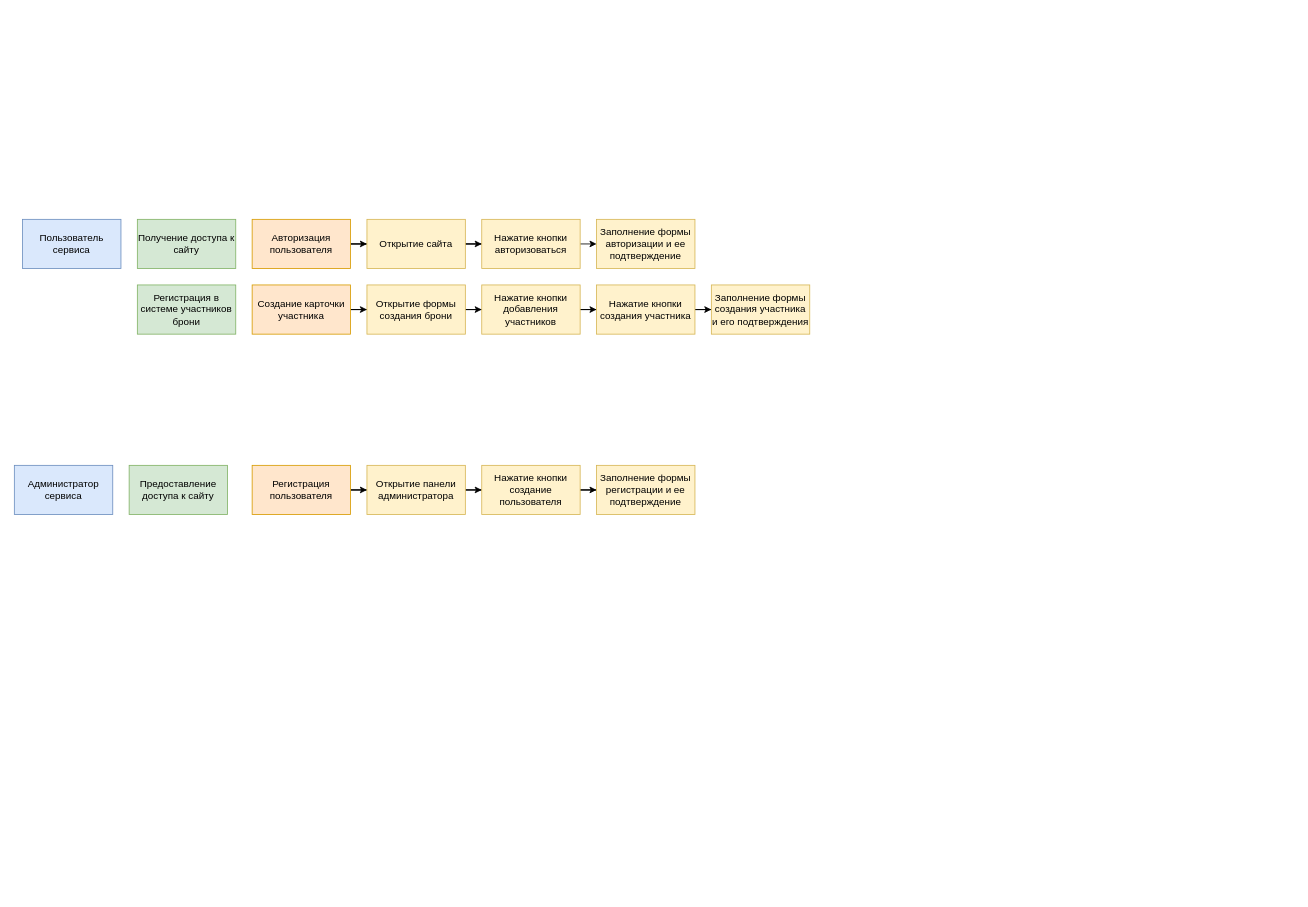
The draw.io diagram docs/01-planning/User storys map.drawio in tohajob070-star/Something-maybee, before the edit. Source tidied: cells renumbered, new cells numbered last; positions are measured from the earlier drawing's top-left corner, leaving out a move shared by most shapes. Both pictures are drawn from the tidied source at 82%, with x=0, y=0 at pixel (14, 219).
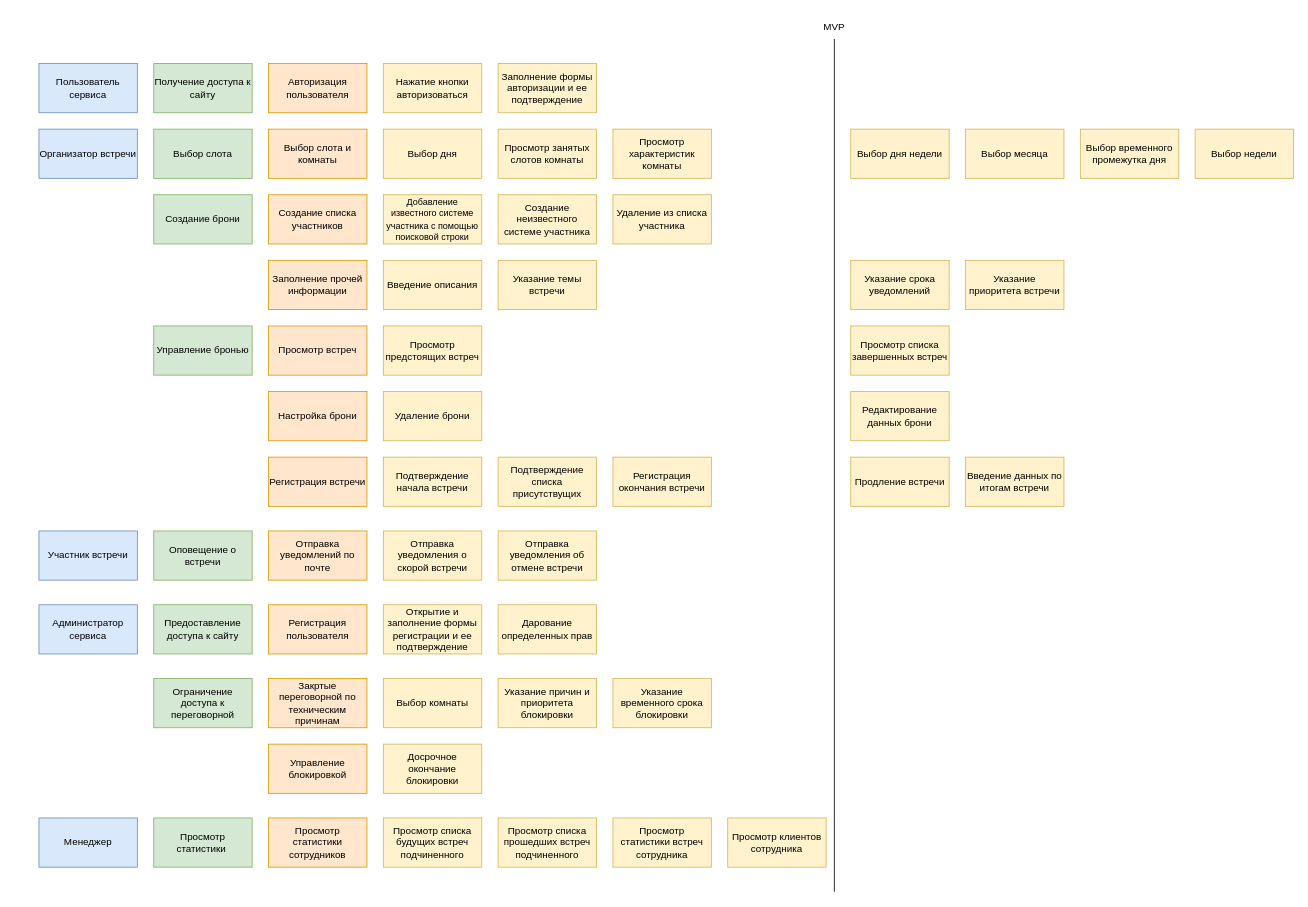
Above is the later version.

What changed in the source:
```diff
@@
     <mxCell id="2" value="Пользователь сервиса" style="rounded=0;whiteSpace=wrap;html=1;fillColor=#dae8fc;strokeColor=#6c8ebf;" parent="1" vertex="1">
-      <mxGeometry x="10" width="120" height="60" as="geometry" />
+      <mxGeometry x="30" y="-190" width="120" height="60" as="geometry" />
     </mxCell>
     <mxCell id="3" value="Администратор сервиса" style="rounded=0;whiteSpace=wrap;html=1;fillColor=#dae8fc;strokeColor=#6c8ebf;" parent="1" vertex="1">
-      <mxGeometry y="300" width="120" height="60" as="geometry" />
+      <mxGeometry x="30" y="470" width="120" height="60" as="geometry" />
     </mxCell>
-    <mxCell id="4" style="edgeStyle=orthogonalEdgeStyle;rounded=0;jettySize=auto;html=1;" parent="1" edge="1" source="5" target="7">
-      <mxGeometry relative="1" as="geometry" />
-    </mxCell>
     <mxCell id="5" value="Авторизация пользователя" style="rounded=0;whiteSpace=wrap;html=1;fillColor=#ffe6cc;strokeColor=#d79b00;" parent="1" vertex="1">
-      <mxGeometry x="290" width="120" height="60" as="geometry" />
+      <mxGeometry x="310" y="-190" width="120" height="60" as="geometry" />
     </mxCell>
-    <mxCell id="6" style="edgeStyle=orthogonalEdgeStyle;rounded=0;jettySize=auto;html=1;" parent="1" edge="1" source="7" target="9">
-      <mxGeometry relative="1" as="geometry" />
-    </mxCell>
-    <mxCell id="7" value="Открытие сайта" style="rounded=0;whiteSpace=wrap;html=1;fillColor=#fff2cc;strokeColor=#d6b656;" parent="1" vertex="1">
-      <mxGeometry x="430" width="120" height="60" as="geometry" />
-    </mxCell>
-    <mxCell id="8" style="edgeStyle=orthogonalEdgeStyle;rounded=0;jettySize=auto;html=1;" parent="1" edge="1" source="9">
-      <mxGeometry relative="1" as="geometry">
-        <mxPoint x="710" y="30" as="targetPoint" />
-      </mxGeometry>
-    </mxCell>
     <mxCell id="9" value="Нажатие кнопки авторизоваться" style="rounded=0;whiteSpace=wrap;html=1;fillColor=#fff2cc;strokeColor=#d6b656;" parent="1" vertex="1">
-      <mxGeometry x="570" width="120" height="60" as="geometry" />
+      <mxGeometry x="450" y="-190" width="120" height="60" as="geometry" />
     </mxCell>
     <mxCell id="10" value="Заполнение формы авторизации и ее подтверждение" style="rounded=0;whiteSpace=wrap;html=1;fillColor=#fff2cc;strokeColor=#d6b656;" parent="1" vertex="1">
-      <mxGeometry x="710" width="120" height="60" as="geometry" />
+      <mxGeometry x="590" y="-190" width="120" height="60" as="geometry" />
     </mxCell>
     <mxCell id="11" value="Получение доступа к сайту" style="rounded=0;whiteSpace=wrap;html=1;fillColor=#d5e8d4;strokeColor=#82b366;" parent="1" vertex="1">
-      <mxGeometry x="150" width="120" height="60" as="geometry" />
+      <mxGeometry x="170" y="-190" width="120" height="60" as="geometry" />
     </mxCell>
     <mxCell id="12" value="Предоставление доступа к сайту" style="rounded=0;whiteSpace=wrap;html=1;fillColor=#d5e8d4;strokeColor=#82b366;" parent="1" vertex="1">
-      <mxGeometry x="140" y="300" width="120" height="60" as="geometry" />
+      <mxGeometry x="170" y="470" width="120" height="60" as="geometry" />
     </mxCell>
-    <mxCell id="13" style="edgeStyle=orthogonalEdgeStyle;rounded=0;jettySize=auto;html=1;" parent="1" edge="1" source="14" target="16">
-      <mxGeometry relative="1" as="geometry" />
-    </mxCell>
     <mxCell id="14" value="Регистрация пользователя" style="rounded=0;whiteSpace=wrap;html=1;fillColor=#ffe6cc;strokeColor=#d79b00;" parent="1" vertex="1">
-      <mxGeometry x="290" y="300" width="120" height="60" as="geometry" />
+      <mxGeometry x="310" y="470" width="120" height="60" as="geometry" />
     </mxCell>
-    <mxCell id="15" style="edgeStyle=orthogonalEdgeStyle;rounded=0;jettySize=auto;html=1;" parent="1" edge="1" source="16" target="18">
-      <mxGeometry relative="1" as="geometry" />
-    </mxCell>
-    <mxCell id="16" value="Открытие панели администратора" style="rounded=0;whiteSpace=wrap;html=1;fillColor=#fff2cc;strokeColor=#d6b656;" parent="1" vertex="1">
-      <mxGeometry x="430" y="300" width="120" height="60" as="geometry" />
-    </mxCell>
-    <mxCell id="17" style="edgeStyle=orthogonalEdgeStyle;rounded=0;jettySize=auto;html=1;" parent="1" edge="1" source="18" target="19">
-      <mxGeometry relative="1" as="geometry" />
-    </mxCell>
-    <mxCell id="18" value="Нажатие кнопки создание пользователя" style="rounded=0;whiteSpace=wrap;html=1;fillColor=#fff2cc;strokeColor=#d6b656;" parent="1" vertex="1">
-      <mxGeometry x="570" y="300" width="120" height="60" as="geometry" />
-    </mxCell>
-    <mxCell id="19" value="Заполнение формы регистрации и ее подтверждение" style="rounded=0;whiteSpace=wrap;html=1;fillColor=#fff2cc;strokeColor=#d6b656;" parent="1" vertex="1">
-      <mxGeometry x="710" y="300" width="120" height="60" as="geometry" />
+    <mxCell id="19" value="Открытие и заполнение формы регистрации и ее подтверждение" style="rounded=0;whiteSpace=wrap;html=1;fillColor=#fff2cc;strokeColor=#d6b656;" parent="1" vertex="1">
+      <mxGeometry x="450" y="470" width="120" height="60" as="geometry" />
     </mxCell>
-    <mxCell id="20" value="Регистрация в системе участников брони" style="rounded=0;whiteSpace=wrap;html=1;fillColor=#d5e8d4;strokeColor=#82b366;" parent="1" vertex="1">
-      <mxGeometry x="150" y="80" width="120" height="60" as="geometry" />
-    </mxCell>
-    <mxCell id="21" style="edgeStyle=orthogonalEdgeStyle;rounded=0;jettySize=auto;html=1;" parent="1" edge="1" source="22" target="24">
-      <mxGeometry relative="1" as="geometry" />
-    </mxCell>
-    <mxCell id="22" value="Создание карточки участника" style="rounded=0;whiteSpace=wrap;html=1;fillColor=#ffe6cc;strokeColor=#d79b00;" parent="1" vertex="1">
-      <mxGeometry x="290" y="80" width="120" height="60" as="geometry" />
-    </mxCell>
-    <mxCell id="23" style="edgeStyle=orthogonalEdgeStyle;rounded=0;jettySize=auto;html=1;" parent="1" edge="1" source="24" target="26">
-      <mxGeometry relative="1" as="geometry" />
-    </mxCell>
-    <mxCell id="24" value="Открытие формы создания брони" style="rounded=0;whiteSpace=wrap;html=1;fillColor=#fff2cc;strokeColor=#d6b656;" parent="1" vertex="1">
-      <mxGeometry x="430" y="80" width="120" height="60" as="geometry" />
-    </mxCell>
-    <mxCell id="25" style="edgeStyle=orthogonalEdgeStyle;rounded=0;jettySize=auto;html=1;" parent="1" edge="1" source="26" target="28">
-      <mxGeometry relative="1" as="geometry" />
-    </mxCell>
-    <mxCell id="26" value="Нажатие кнопки добавления участников" style="rounded=0;whiteSpace=wrap;html=1;fillColor=#fff2cc;strokeColor=#d6b656;" parent="1" vertex="1">
-      <mxGeometry x="570" y="80" width="120" height="60" as="geometry" />
-    </mxCell>
-    <mxCell id="27" style="edgeStyle=orthogonalEdgeStyle;rounded=0;jettySize=auto;html=1;" parent="1" edge="1" source="28" target="29">
-      <mxGeometry relative="1" as="geometry" />
-    </mxCell>
-    <mxCell id="28" value="Нажатие кнопки создания участника" style="rounded=0;whiteSpace=wrap;html=1;fillColor=#fff2cc;strokeColor=#d6b656;" parent="1" vertex="1">
-      <mxGeometry x="710" y="80" width="120" height="60" as="geometry" />
-    </mxCell>
-    <mxCell id="29" value="Заполнение формы создания участника и его подтверждения" style="rounded=0;whiteSpace=wrap;html=1;fillColor=#fff2cc;strokeColor=#d6b656;" parent="1" vertex="1">
-      <mxGeometry x="850" y="80" width="120" height="60" as="geometry" />
-    </mxCell>
+    <mxCell id="30" value="Создание брони" style="rounded=0;whiteSpace=wrap;html=1;fillColor=#d5e8d4;strokeColor=#82b366;" parent="1" vertex="1">
+      <mxGeometry x="170" y="-30" width="120" height="60" as="geometry" />
+    </mxCell>
+    <mxCell id="31" value="Выбор слота и комнаты" style="rounded=0;whiteSpace=wrap;html=1;fillColor=#ffe6cc;strokeColor=#d79b00;" parent="1" vertex="1">
+      <mxGeometry x="310" y="-110" width="120" height="60" as="geometry" />
+    </mxCell>
+    <mxCell id="32" value="Выбор недели" style="rounded=0;whiteSpace=wrap;html=1;fillColor=#fff2cc;strokeColor=#d6b656;" parent="1" vertex="1">
+      <mxGeometry x="1440" y="-110" width="120" height="60" as="geometry" />
+    </mxCell>
+    <mxCell id="33" value="Выбор дня" style="rounded=0;whiteSpace=wrap;html=1;fillColor=#fff2cc;strokeColor=#d6b656;" parent="1" vertex="1">
+      <mxGeometry x="450" y="-110" width="120" height="60" as="geometry" />
+    </mxCell>
+    <mxCell id="34" value="Создание списка участников" style="rounded=0;whiteSpace=wrap;html=1;fillColor=#ffe6cc;strokeColor=#d79b00;" parent="1" vertex="1">
+      <mxGeometry x="310" y="-30" width="120" height="60" as="geometry" />
+    </mxCell>
+    <mxCell id="35" value="&lt;font style=&quot;font-size: 11px;&quot;&gt;Добавление известного системе участника с помощью поисковой строки&lt;/font&gt;" style="rounded=0;whiteSpace=wrap;html=1;fillColor=#fff2cc;strokeColor=#d6b656;" parent="1" vertex="1">
+      <mxGeometry x="450" y="-30" width="120" height="60" as="geometry" />
+    </mxCell>
+    <mxCell id="36" value="Создание неизвестного системе участника" style="rounded=0;whiteSpace=wrap;html=1;fillColor=#fff2cc;strokeColor=#d6b656;" parent="1" vertex="1">
+      <mxGeometry x="590" y="-30" width="120" height="60" as="geometry" />
+    </mxCell>
+    <mxCell id="37" value="Удаление из списка участника" style="rounded=0;whiteSpace=wrap;html=1;fillColor=#fff2cc;strokeColor=#d6b656;" parent="1" vertex="1">
+      <mxGeometry x="730" y="-30" width="120" height="60" as="geometry" />
+    </mxCell>
+    <mxCell id="38" value="Выбор месяца" style="rounded=0;whiteSpace=wrap;html=1;fillColor=#fff2cc;strokeColor=#d6b656;" parent="1" vertex="1">
+      <mxGeometry x="1160" y="-110" width="120" height="60" as="geometry" />
+    </mxCell>
+    <mxCell id="39" value="Просмотр характеристик комнаты" style="rounded=0;whiteSpace=wrap;html=1;fillColor=#fff2cc;strokeColor=#d6b656;" parent="1" vertex="1">
+      <mxGeometry x="730" y="-110" width="120" height="60" as="geometry" />
+    </mxCell>
+    <mxCell id="40" value="Просмотр занятых слотов комнаты" style="rounded=0;whiteSpace=wrap;html=1;fillColor=#fff2cc;strokeColor=#d6b656;" parent="1" vertex="1">
+      <mxGeometry x="590" y="-110" width="120" height="60" as="geometry" />
+    </mxCell>
+    <mxCell id="41" value="Заполнение прочей информации" style="rounded=0;whiteSpace=wrap;html=1;fillColor=#ffe6cc;strokeColor=#d79b00;" parent="1" vertex="1">
+      <mxGeometry x="310" y="50" width="120" height="60" as="geometry" />
+    </mxCell>
+    <mxCell id="42" value="Выбор временного промежутка дня" style="rounded=0;whiteSpace=wrap;html=1;fillColor=#fff2cc;strokeColor=#d6b656;" parent="1" vertex="1">
+      <mxGeometry x="1300" y="-110" width="120" height="60" as="geometry" />
+    </mxCell>
+    <mxCell id="43" value="Введение описания" style="rounded=0;whiteSpace=wrap;html=1;fillColor=#fff2cc;strokeColor=#d6b656;" parent="1" vertex="1">
+      <mxGeometry x="450" y="50" width="120" height="60" as="geometry" />
+    </mxCell>
+    <mxCell id="44" value="Выбор слота" style="rounded=0;whiteSpace=wrap;html=1;fillColor=#d5e8d4;strokeColor=#82b366;" parent="1" vertex="1">
+      <mxGeometry x="170" y="-110" width="120" height="60" as="geometry" />
+    </mxCell>
+    <mxCell id="45" value="Выбор дня недели" style="rounded=0;whiteSpace=wrap;html=1;fillColor=#fff2cc;strokeColor=#d6b656;" parent="1" vertex="1">
+      <mxGeometry x="1020" y="-110" width="120" height="60" as="geometry" />
+    </mxCell>
+    <mxCell id="46" value="Указание темы встречи" style="rounded=0;whiteSpace=wrap;html=1;fillColor=#fff2cc;strokeColor=#d6b656;" parent="1" vertex="1">
+      <mxGeometry x="590" y="50" width="120" height="60" as="geometry" />
+    </mxCell>
+    <mxCell id="47" value="Управление бронью" style="rounded=0;whiteSpace=wrap;html=1;fillColor=#d5e8d4;strokeColor=#82b366;" parent="1" vertex="1">
+      <mxGeometry x="170" y="130" width="120" height="60" as="geometry" />
+    </mxCell>
+    <mxCell id="48" value="Указание срока уведомлений" style="rounded=0;whiteSpace=wrap;html=1;fillColor=#fff2cc;strokeColor=#d6b656;" parent="1" vertex="1">
+      <mxGeometry x="1020" y="50" width="120" height="60" as="geometry" />
+    </mxCell>
+    <mxCell id="49" value="Настройка брони" style="rounded=0;whiteSpace=wrap;html=1;fillColor=#ffe6cc;strokeColor=#d79b00;" parent="1" vertex="1">
+      <mxGeometry x="310" y="210" width="120" height="60" as="geometry" />
+    </mxCell>
+    <mxCell id="50" value="Просмотр встреч" style="rounded=0;whiteSpace=wrap;html=1;fillColor=#ffe6cc;strokeColor=#d79b00;" parent="1" vertex="1">
+      <mxGeometry x="310" y="130" width="120" height="60" as="geometry" />
+    </mxCell>
+    <mxCell id="51" value="Просмотр списка завершенных встреч" style="rounded=0;whiteSpace=wrap;html=1;fillColor=#fff2cc;strokeColor=#d6b656;" parent="1" vertex="1">
+      <mxGeometry x="1020" y="130" width="120" height="60" as="geometry" />
+    </mxCell>
+    <mxCell id="52" value="Просмотр предстоящих встреч" style="rounded=0;whiteSpace=wrap;html=1;fillColor=#fff2cc;strokeColor=#d6b656;" parent="1" vertex="1">
+      <mxGeometry x="450" y="130" width="120" height="60" as="geometry" />
+    </mxCell>
+    <mxCell id="53" value="Редактирование данных брони" style="rounded=0;whiteSpace=wrap;html=1;fillColor=#fff2cc;strokeColor=#d6b656;" parent="1" vertex="1">
+      <mxGeometry x="1020" y="210" width="120" height="60" as="geometry" />
+    </mxCell>
+    <mxCell id="54" value="Удаление брони" style="rounded=0;whiteSpace=wrap;html=1;fillColor=#fff2cc;strokeColor=#d6b656;" parent="1" vertex="1">
+      <mxGeometry x="450" y="210" width="120" height="60" as="geometry" />
+    </mxCell>
+    <mxCell id="55" value="Регистрация встречи" style="rounded=0;whiteSpace=wrap;html=1;fillColor=#ffe6cc;strokeColor=#d79b00;" parent="1" vertex="1">
+      <mxGeometry x="310" y="290" width="120" height="60" as="geometry" />
+    </mxCell>
+    <mxCell id="56" value="Подтверждение начала встречи" style="rounded=0;whiteSpace=wrap;html=1;fillColor=#fff2cc;strokeColor=#d6b656;" parent="1" vertex="1">
+      <mxGeometry x="450" y="290" width="120" height="60" as="geometry" />
+    </mxCell>
+    <mxCell id="57" value="Продление встречи" style="rounded=0;whiteSpace=wrap;html=1;fillColor=#fff2cc;strokeColor=#d6b656;" parent="1" vertex="1">
+      <mxGeometry x="1020" y="290" width="120" height="60" as="geometry" />
+    </mxCell>
+    <mxCell id="58" value="Регистрация окончания встречи" style="rounded=0;whiteSpace=wrap;html=1;fillColor=#fff2cc;strokeColor=#d6b656;" parent="1" vertex="1">
+      <mxGeometry x="730" y="290" width="120" height="60" as="geometry" />
+    </mxCell>
+    <mxCell id="59" value="Введение данных по итогам встречи" style="rounded=0;whiteSpace=wrap;html=1;fillColor=#fff2cc;strokeColor=#d6b656;" parent="1" vertex="1">
+      <mxGeometry x="1160" y="290" width="120" height="60" as="geometry" />
+    </mxCell>
+    <mxCell id="60" value="Организатор встречи" style="rounded=0;whiteSpace=wrap;html=1;fillColor=#dae8fc;strokeColor=#6c8ebf;" parent="1" vertex="1">
+      <mxGeometry x="30" y="-110" width="120" height="60" as="geometry" />
+    </mxCell>
+    <mxCell id="61" value="Подтверждение списка присутствущих" style="rounded=0;whiteSpace=wrap;html=1;fillColor=#fff2cc;strokeColor=#d6b656;" parent="1" vertex="1">
+      <mxGeometry x="590" y="290" width="120" height="60" as="geometry" />
+    </mxCell>
+    <mxCell id="62" value="Ограничение доступа к переговорной" style="rounded=0;whiteSpace=wrap;html=1;fillColor=#d5e8d4;strokeColor=#82b366;" parent="1" vertex="1">
+      <mxGeometry x="170" y="560" width="120" height="60" as="geometry" />
+    </mxCell>
+    <mxCell id="63" value="Закртые переговорной по техническим причинам" style="rounded=0;whiteSpace=wrap;html=1;fillColor=#ffe6cc;strokeColor=#d79b00;" parent="1" vertex="1">
+      <mxGeometry x="310" y="560" width="120" height="60" as="geometry" />
+    </mxCell>
+    <mxCell id="64" value="Выбор комнаты" style="rounded=0;whiteSpace=wrap;html=1;fillColor=#fff2cc;strokeColor=#d6b656;" parent="1" vertex="1">
+      <mxGeometry x="450" y="560" width="120" height="60" as="geometry" />
+    </mxCell>
+    <mxCell id="65" value="Указание причин и приоритета блокировки" style="rounded=0;whiteSpace=wrap;html=1;fillColor=#fff2cc;strokeColor=#d6b656;" parent="1" vertex="1">
+      <mxGeometry x="590" y="560" width="120" height="60" as="geometry" />
+    </mxCell>
+    <mxCell id="66" value="Указание временного срока блокировки" style="rounded=0;whiteSpace=wrap;html=1;fillColor=#fff2cc;strokeColor=#d6b656;" parent="1" vertex="1">
+      <mxGeometry x="730" y="560" width="120" height="60" as="geometry" />
+    </mxCell>
+    <mxCell id="67" value="Указание приоритета встречи" style="rounded=0;whiteSpace=wrap;html=1;fillColor=#fff2cc;strokeColor=#d6b656;" parent="1" vertex="1">
+      <mxGeometry x="1160" y="50" width="120" height="60" as="geometry" />
+    </mxCell>
+    <mxCell id="68" value="Управление блокировкой" style="rounded=0;whiteSpace=wrap;html=1;fillColor=#ffe6cc;strokeColor=#d79b00;" parent="1" vertex="1">
+      <mxGeometry x="310" y="640" width="120" height="60" as="geometry" />
+    </mxCell>
+    <mxCell id="69" value="Досрочное окончание блокировки" style="rounded=0;whiteSpace=wrap;html=1;fillColor=#fff2cc;strokeColor=#d6b656;" parent="1" vertex="1">
+      <mxGeometry x="450" y="640" width="120" height="60" as="geometry" />
+    </mxCell>
+    <mxCell id="70" value="Менеджер" style="rounded=0;whiteSpace=wrap;html=1;fillColor=#dae8fc;strokeColor=#6c8ebf;" parent="1" vertex="1">
+      <mxGeometry x="30" y="730" width="120" height="60" as="geometry" />
+    </mxCell>
+    <mxCell id="71" value="Просмотр статистики&amp;nbsp;" style="rounded=0;whiteSpace=wrap;html=1;fillColor=#d5e8d4;strokeColor=#82b366;" parent="1" vertex="1">
+      <mxGeometry x="170" y="730" width="120" height="60" as="geometry" />
+    </mxCell>
+    <mxCell id="72" value="Просмотр статистики сотрудников" style="rounded=0;whiteSpace=wrap;html=1;fillColor=#ffe6cc;strokeColor=#d79b00;" parent="1" vertex="1">
+      <mxGeometry x="310" y="730" width="120" height="60" as="geometry" />
+    </mxCell>
+    <mxCell id="73" value="Просмотр списка будущих встреч подчиненного" style="rounded=0;whiteSpace=wrap;html=1;fillColor=#fff2cc;strokeColor=#d6b656;" parent="1" vertex="1">
+      <mxGeometry x="450" y="730" width="120" height="60" as="geometry" />
+    </mxCell>
+    <mxCell id="74" value="Дарование определенных прав" style="rounded=0;whiteSpace=wrap;html=1;fillColor=#fff2cc;strokeColor=#d6b656;" parent="1" vertex="1">
+      <mxGeometry x="590" y="470" width="120" height="60" as="geometry" />
+    </mxCell>
+    <mxCell id="75" value="Просмотр списка прошедших встреч подчиненного" style="rounded=0;whiteSpace=wrap;html=1;fillColor=#fff2cc;strokeColor=#d6b656;" parent="1" vertex="1">
+      <mxGeometry x="590" y="730" width="120" height="60" as="geometry" />
+    </mxCell>
+    <mxCell id="76" value="Просмотр статистики встреч сотрудника" style="rounded=0;whiteSpace=wrap;html=1;fillColor=#fff2cc;strokeColor=#d6b656;" parent="1" vertex="1">
+      <mxGeometry x="730" y="730" width="120" height="60" as="geometry" />
+    </mxCell>
+    <mxCell id="77" value="Просмотр клиентов сотрудника" style="rounded=0;whiteSpace=wrap;html=1;fillColor=#fff2cc;strokeColor=#d6b656;" parent="1" vertex="1">
+      <mxGeometry x="870" y="730" width="120" height="60" as="geometry" />
+    </mxCell>
+    <mxCell id="78" value="Участник встречи" style="rounded=0;whiteSpace=wrap;html=1;fillColor=#dae8fc;strokeColor=#6c8ebf;" parent="1" vertex="1">
+      <mxGeometry x="30" y="380" width="120" height="60" as="geometry" />
+    </mxCell>
+    <mxCell id="79" value="Оповещение о встречи" style="rounded=0;whiteSpace=wrap;html=1;fillColor=#d5e8d4;strokeColor=#82b366;" parent="1" vertex="1">
+      <mxGeometry x="170" y="380" width="120" height="60" as="geometry" />
+    </mxCell>
+    <mxCell id="80" value="Отправка уведомлений по почте" style="rounded=0;whiteSpace=wrap;html=1;fillColor=#ffe6cc;strokeColor=#d79b00;" parent="1" vertex="1">
+      <mxGeometry x="310" y="380" width="120" height="60" as="geometry" />
+    </mxCell>
+    <mxCell id="81" value="Отправка уведомления о скорой встречи" style="rounded=0;whiteSpace=wrap;html=1;fillColor=#fff2cc;strokeColor=#d6b656;" parent="1" vertex="1">
+      <mxGeometry x="450" y="380" width="120" height="60" as="geometry" />
+    </mxCell>
+    <mxCell id="82" value="Отправка уведомления об отмене встречи" style="rounded=0;whiteSpace=wrap;html=1;fillColor=#fff2cc;strokeColor=#d6b656;" parent="1" vertex="1">
+      <mxGeometry x="590" y="380" width="120" height="60" as="geometry" />
+    </mxCell>
+    <mxCell id="83" style="endArrow=none;html=1;rounded=0;" parent="1" edge="1">
+      <mxGeometry relative="1" as="geometry">
+        <mxPoint x="1000" y="-220" as="sourcePoint" />
+        <mxPoint x="1000" y="820" as="targetPoint" />
+      </mxGeometry>
+    </mxCell>
+    <mxCell id="84" value="MVP" style="text;html=1;whiteSpace=wrap;strokeColor=none;fillColor=none;align=center;verticalAlign=middle;rounded=0;" parent="1" vertex="1">
+      <mxGeometry x="970" y="-250" width="60" height="30" as="geometry" />
+    </mxCell>
```
